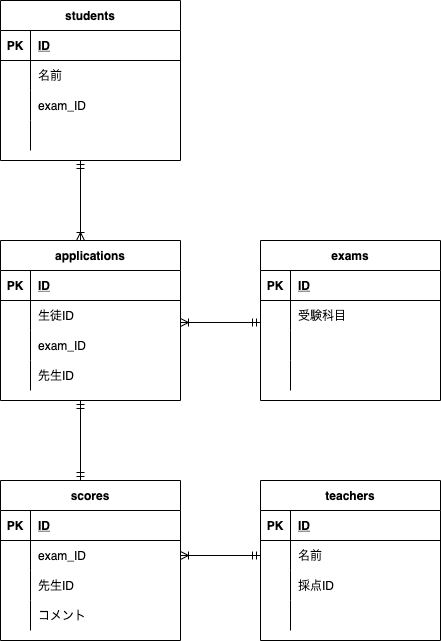
The draw.io diagram index.drawio.png in kaorunagao/coachtech-c, before a commit. Source tidied: cells renumbered, new cells last; positions are measured from the earlier drawing's top-left corner, leaving out a move shared by most shapes.
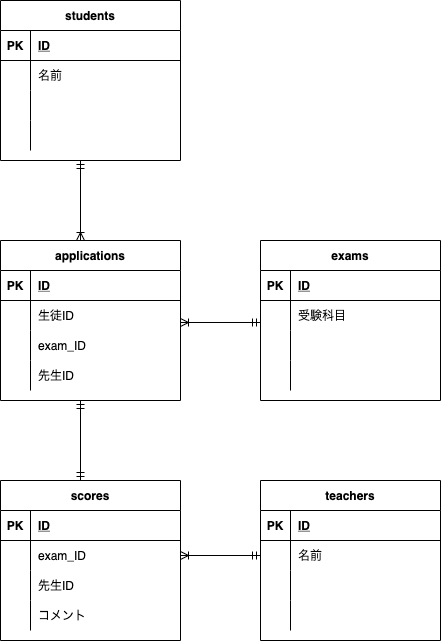
The same diagram one commit later.

What changed in the source:
```diff
@@ -107,7 +107,7 @@
     <mxCell id="36" style="shape=partialRectangle;fillColor=none;top=0;left=0;bottom=0;right=0;overflow=hidden;" parent="35" vertex="1">
       <mxGeometry width="30" height="30" as="geometry" />
     </mxCell>
-    <mxCell id="37" value="採点ID" style="shape=partialRectangle;fillColor=none;top=0;left=0;bottom=0;right=0;align=left;spacingLeft=6;overflow=hidden;" parent="35" vertex="1">
+    <mxCell id="37" style="shape=partialRectangle;fillColor=none;top=0;left=0;bottom=0;right=0;align=left;spacingLeft=6;overflow=hidden;" parent="35" vertex="1">
       <mxGeometry x="30" width="150" height="30" as="geometry" />
     </mxCell>
     <mxCell id="38" style="shape=partialRectangle;fillColor=none;top=0;left=0;bottom=0;right=0;" parent="28" vertex="1">
@@ -146,7 +146,7 @@
     <mxCell id="49" style="shape=partialRectangle;fillColor=none;top=0;left=0;bottom=0;right=0;overflow=hidden;" parent="48" vertex="1">
       <mxGeometry width="30" height="30" as="geometry" />
     </mxCell>
-    <mxCell id="50" value="exam_ID" style="shape=partialRectangle;fillColor=none;top=0;left=0;bottom=0;right=0;align=left;spacingLeft=6;overflow=hidden;" parent="48" vertex="1">
+    <mxCell id="50" style="shape=partialRectangle;fillColor=none;top=0;left=0;bottom=0;right=0;align=left;spacingLeft=6;overflow=hidden;" parent="48" vertex="1">
       <mxGeometry x="30" width="150" height="30" as="geometry" />
     </mxCell>
     <mxCell id="51" style="shape=partialRectangle;fillColor=none;top=0;left=0;bottom=0;right=0;" parent="41" vertex="1">
```
